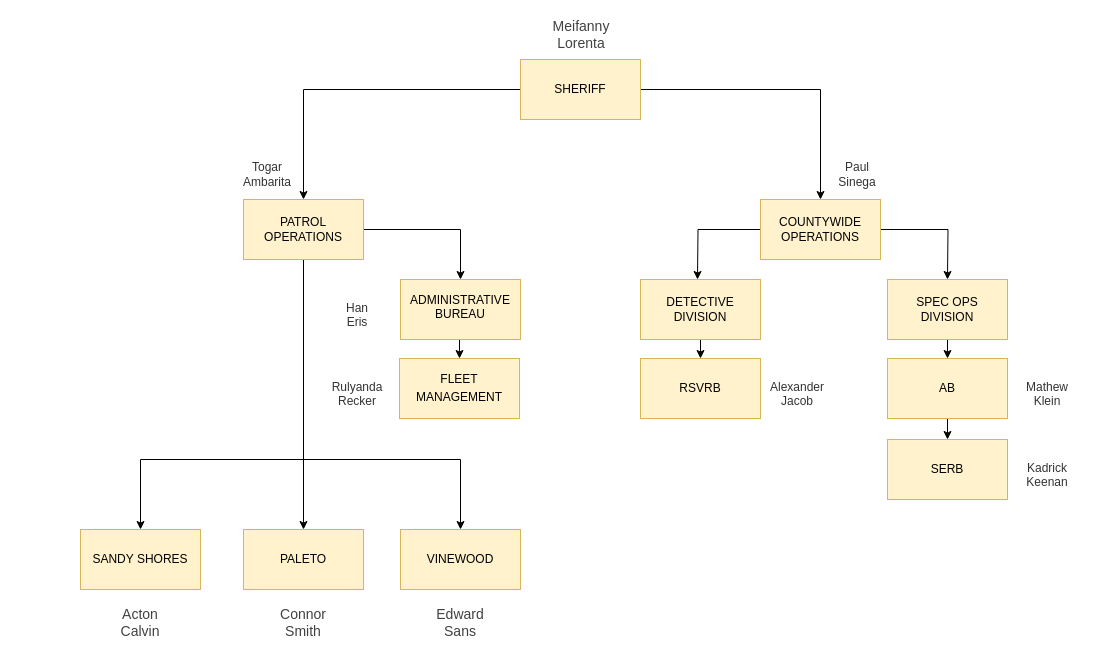
Earlier version of the draw.io diagram Untitled Diagram.drawio (PaulJoych/PaulJoych). Source tidied: cells renumbered, new cells numbered last; positions are measured from the earlier drawing's top-left corner, leaving out a move shared by most shapes. Both pictures are drawn from the tidied source at 100%, with x=0, y=0 at pixel (80, 19).
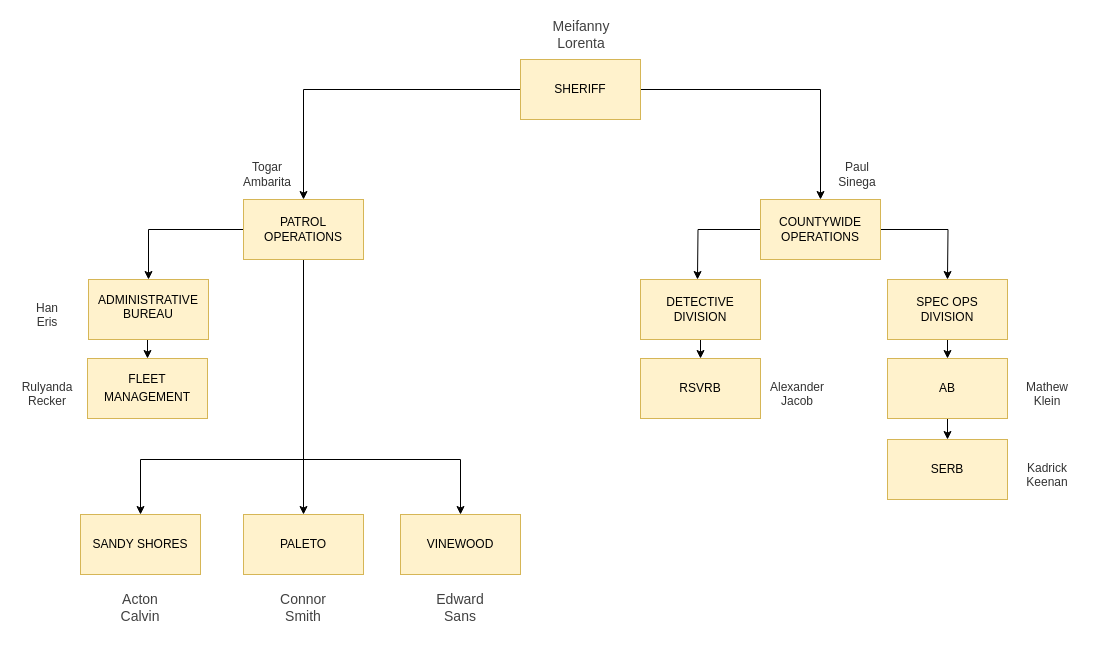
Above is the later version.

The change refers to these unchanged cells:
```xml
<mxCell id="9" value="&lt;span class=&quot;text-strong&quot; style=&quot;&quot;&gt;&lt;font style=&quot;font-size: 12px&quot;&gt;PATROL OPERATIONS&lt;/font&gt;&lt;/span&gt;" style="rounded=0;whiteSpace=wrap;html=1;fillColor=#fff2cc;strokeColor=#d6b656;fontColor=default;labelBackgroundColor=none;" parent="1" vertex="1">
  <mxGeometry x="163" y="180" width="120" height="60" as="geometry" />
</mxCell>
```

What changed in the source:
```diff
@@
-    <mxCell id="8" style="edgeStyle=orthogonalEdgeStyle;rounded=0;jettySize=auto;html=1;exitX=1;exitY=0.5;exitDx=0;exitDy=0;entryX=0.5;entryY=0;entryDx=0;entryDy=0;fontFamily=Helvetica;fontSize=12;" parent="1" edge="1" source="9" target="25">
+    <mxCell id="8" style="edgeStyle=orthogonalEdgeStyle;rounded=0;jettySize=auto;html=1;exitX=0;exitY=0.5;exitDx=0;exitDy=0;entryX=0.5;entryY=0;entryDx=0;entryDy=0;fontFamily=Helvetica;fontSize=12;fontColor=default;" parent="1" edge="1" source="9" target="25">
       <mxGeometry relative="1" as="geometry" />
     </mxCell>
@@
     <mxCell id="17" value="&lt;span class=&quot;text-strong&quot; style=&quot;&quot;&gt;&lt;font style=&quot;font-size: 12px&quot;&gt;PALETO&lt;/font&gt;&lt;/span&gt;" style="rounded=0;whiteSpace=wrap;html=1;fillColor=#fff2cc;strokeColor=#d6b656;fontColor=default;labelBackgroundColor=none;" parent="1" vertex="1">
-      <mxGeometry x="163" y="510" width="120" height="60" as="geometry" />
+      <mxGeometry x="163" y="495" width="120" height="60" as="geometry" />
     </mxCell>
     <mxCell id="18" value="&lt;span style=&quot;&quot;&gt;&lt;font style=&quot;font-size: 12px&quot;&gt;SANDY SHORES&lt;/font&gt;&lt;/span&gt;" style="rounded=0;whiteSpace=wrap;html=1;fillColor=#fff2cc;strokeColor=#d6b656;fontColor=default;labelBackgroundColor=none;" parent="1" vertex="1">
-      <mxGeometry y="510" width="120" height="60" as="geometry" />
+      <mxGeometry y="495" width="120" height="60" as="geometry" />
     </mxCell>
     <mxCell id="19" value="&lt;span class=&quot;text-strong&quot; style=&quot;&quot;&gt;&lt;font style=&quot;font-size: 12px&quot;&gt;VINEWOOD&lt;/font&gt;&lt;/span&gt;" style="rounded=0;whiteSpace=wrap;html=1;fillColor=#fff2cc;strokeColor=#d6b656;fontColor=default;labelBackgroundColor=none;" parent="1" vertex="1">
-      <mxGeometry x="320" y="510" width="120" height="60" as="geometry" />
+      <mxGeometry x="320" y="495" width="120" height="60" as="geometry" />
     </mxCell>
@@
     <mxCell id="25" value="&lt;br&gt;&lt;table cellpadding=&quot;0&quot; cellspacing=&quot;0&quot; width=&quot;100%&quot; border=&quot;0&quot; style=&quot;border-collapse: collapse; border-spacing: 0px; font-style: normal; letter-spacing: normal; text-transform: none; word-spacing: 0px; border-color: rgb(0, 0, 0);&quot;&gt;&lt;tbody&gt;&lt;tr style=&quot;&quot;&gt;&lt;td style=&quot;padding: 0px&quot;&gt;&lt;center&gt;ADMINISTRATIVE BUREAU&lt;br&gt;&lt;/center&gt;&lt;/td&gt;&lt;/tr&gt;&lt;/tbody&gt;&lt;/table&gt;&lt;font size=&quot;3&quot;&gt;&lt;br&gt;&lt;/font&gt;" style="rounded=0;whiteSpace=wrap;html=1;fontFamily=Helvetica;fontSize=12;fillColor=#fff2cc;strokeColor=#d6b656;fontColor=default;labelBackgroundColor=none;" parent="1" vertex="1">
-      <mxGeometry x="320" y="260" width="120" height="60" as="geometry" />
+      <mxGeometry x="8" y="260" width="120" height="60" as="geometry" />
     </mxCell>
     <mxCell id="26" value="FLEET MANAGEMENT&lt;font size=&quot;3&quot;&gt;&lt;br&gt;&lt;/font&gt;" style="rounded=0;whiteSpace=wrap;html=1;fontFamily=Helvetica;fontSize=12;fillColor=#fff2cc;strokeColor=#d6b656;fontColor=default;labelBackgroundColor=none;" parent="1" vertex="1">
-      <mxGeometry x="319" y="339" width="120" height="60" as="geometry" />
+      <mxGeometry x="7" y="339" width="120" height="60" as="geometry" />
     </mxCell>
@@
     <mxCell id="33" value="Han&lt;br&gt;Eris&lt;br&gt;" style="text;fontFamily=Helvetica;align=center;labelBackgroundColor=none;fontSize=12;rounded=1;fillColor=none;fontColor=#333333;strokeColor=none;whiteSpace=wrap;html=1;labelBorderColor=none;" parent="1" vertex="1">
-      <mxGeometry x="247" y="275" width="60" height="30" as="geometry" />
+      <mxGeometry x="-63" y="275" width="60" height="30" as="geometry" />
     </mxCell>
     <mxCell id="34" value="Rulyanda Recker" style="text;fontFamily=Helvetica;align=center;labelBackgroundColor=none;fontSize=12;rounded=1;fillColor=none;fontColor=#333333;strokeColor=none;whiteSpace=wrap;html=1;labelBorderColor=none;" parent="1" vertex="1">
-      <mxGeometry x="247" y="354" width="60" height="30" as="geometry" />
+      <mxGeometry x="-63" y="354" width="60" height="30" as="geometry" />
     </mxCell>
     <mxCell id="35" value="&lt;span class=&quot;text-strong&quot; style=&quot;color: rgb(65 , 65 , 65) ; font-size: 14px&quot;&gt;Acton Calvin&lt;/span&gt;" style="text;fontFamily=Helvetica;align=center;labelBackgroundColor=none;fontSize=12;rounded=1;fillColor=none;fontColor=#333333;strokeColor=none;whiteSpace=wrap;html=1;labelBorderColor=none;" parent="1" vertex="1">
-      <mxGeometry x="30" y="580" width="60" height="30" as="geometry" />
+      <mxGeometry x="30" y="565" width="60" height="30" as="geometry" />
     </mxCell>
     <mxCell id="36" value="&lt;font color=&quot;#414141&quot;&gt;&lt;span style=&quot;font-size: 14px&quot;&gt;Connor&lt;br&gt;Smith&lt;br&gt;&lt;/span&gt;&lt;/font&gt;" style="text;fontFamily=Helvetica;align=center;labelBackgroundColor=none;fontSize=12;rounded=1;fillColor=none;fontColor=#333333;strokeColor=none;whiteSpace=wrap;html=1;labelBorderColor=none;" parent="1" vertex="1">
-      <mxGeometry x="193" y="580" width="60" height="30" as="geometry" />
+      <mxGeometry x="193" y="565" width="60" height="30" as="geometry" />
     </mxCell>
     <mxCell id="37" value="&lt;font color=&quot;#414141&quot;&gt;&lt;span style=&quot;font-size: 14px&quot;&gt;Edward Sans&lt;br&gt;&lt;/span&gt;&lt;/font&gt;" style="text;fontFamily=Helvetica;align=center;labelBackgroundColor=none;fontSize=12;rounded=1;fillColor=none;fontColor=#333333;strokeColor=none;whiteSpace=wrap;html=1;labelBorderColor=none;" parent="1" vertex="1">
-      <mxGeometry x="350" y="580" width="60" height="30" as="geometry" />
+      <mxGeometry x="350" y="565" width="60" height="30" as="geometry" />
     </mxCell>
```
